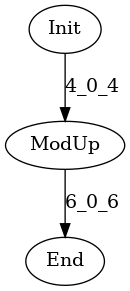
Above: data/graph_poly.dot.png in hal-lab-u-tokyo/PolyFHE (Graphviz), before the change. Its source is kept beside it as data/graph_poly.dot.
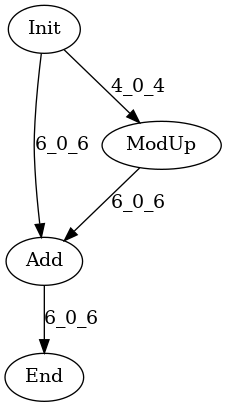
Above is the later version.

Change to the diagram source:
```diff
@@ -1,7 +1,10 @@
 digraph G {
 Init[label="Init"];
 End[label="End"];
+Add[label="Add"];
 ModUp[label="ModUp"];
 Init -> ModUp[label="4_0_4"];
-ModUp -> End[label="6_0_6"];
+Init -> Add[label="6_0_6"];
+ModUp -> Add[label="6_0_6"];
+Add -> End[label="6_0_6"];
 }
```
